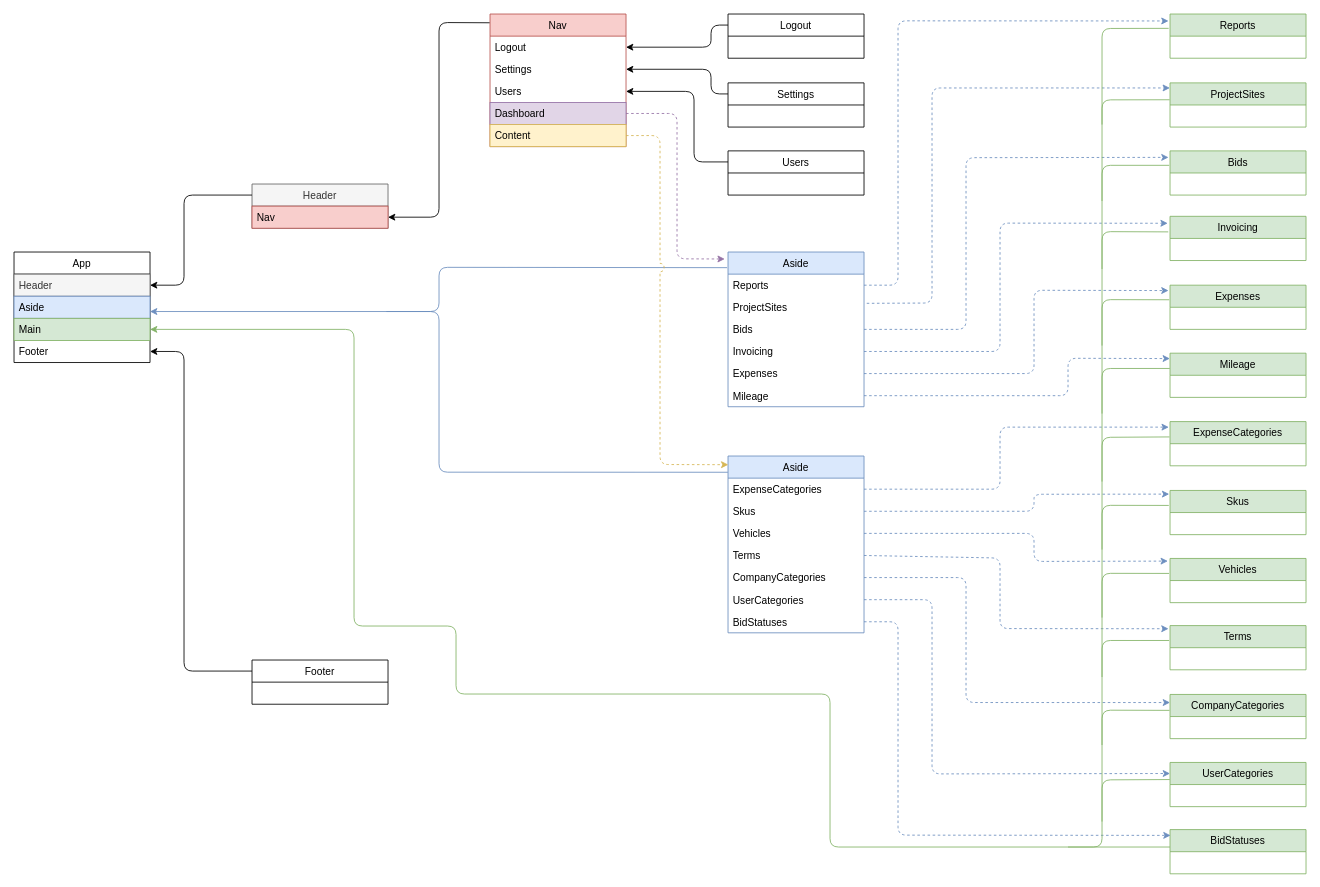
Earlier version of the draw.io diagram ror_invoicing_frontend.drawio (jcampbell18/ror_invoicing_frontend). Source tidied: cells renumbered, new cells numbered last; positions are measured from the earlier drawing's top-left corner, leaving out a move shared by most shapes. Both pictures are drawn from the tidied source at 85%, with x=0, y=0 at pixel (14, 14).
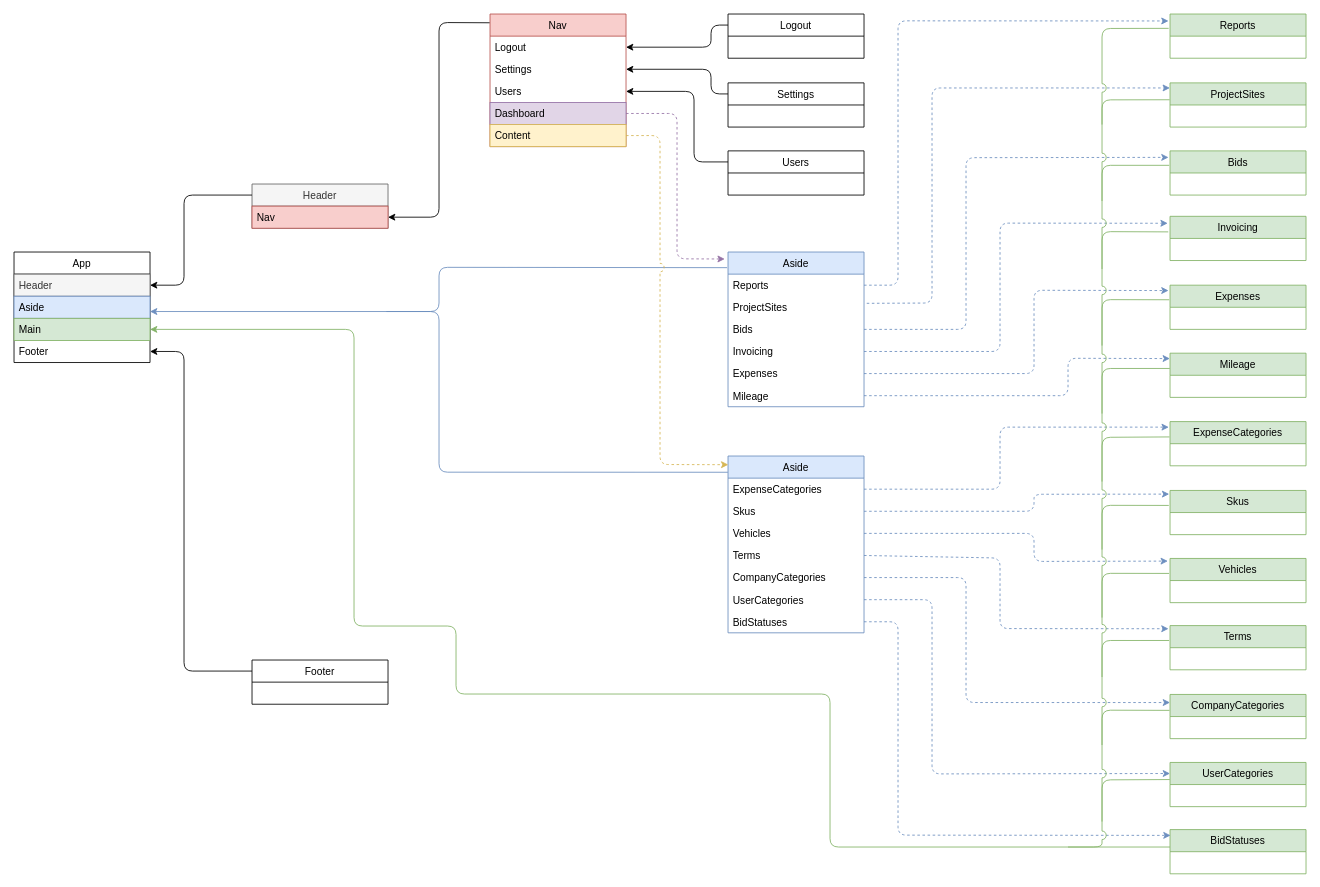
The same page after the edit.

The change refers to these unchanged cells:
```xml
<mxCell id="52" value="Reports" style="swimlane;fontStyle=0;horizontal=1;startSize=26;fillColor=#d5e8d4;strokeColor=#82b366;" parent="1" vertex="1">
  <mxGeometry x="1360" width="160" height="52" as="geometry" />
</mxCell>
```

What changed in the source:
```diff
@@
-    <mxCell id="88" style="endArrow=none;html=1;fillColor=#d5e8d4;strokeColor=#82b366;entryX=-0.01;entryY=0.324;entryDx=0;entryDy=0;entryPerimeter=0;" parent="1" edge="1" target="52">
+    <mxCell id="88" style="endArrow=none;html=1;fillColor=#d5e8d4;strokeColor=#82b366;entryX=-0.01;entryY=0.324;entryDx=0;entryDy=0;entryPerimeter=0;jumpStyle=arc;jumpSize=10;" parent="1" edge="1" target="52">
       <mxGeometry relative="1" as="geometry">
         <mxPoint x="1240" y="980" as="sourcePoint" />
         <Array as="points">
           <mxPoint x="1280" y="980" />
           <mxPoint x="1280" y="17" />
         </Array>
       </mxGeometry>
     </mxCell>
```
